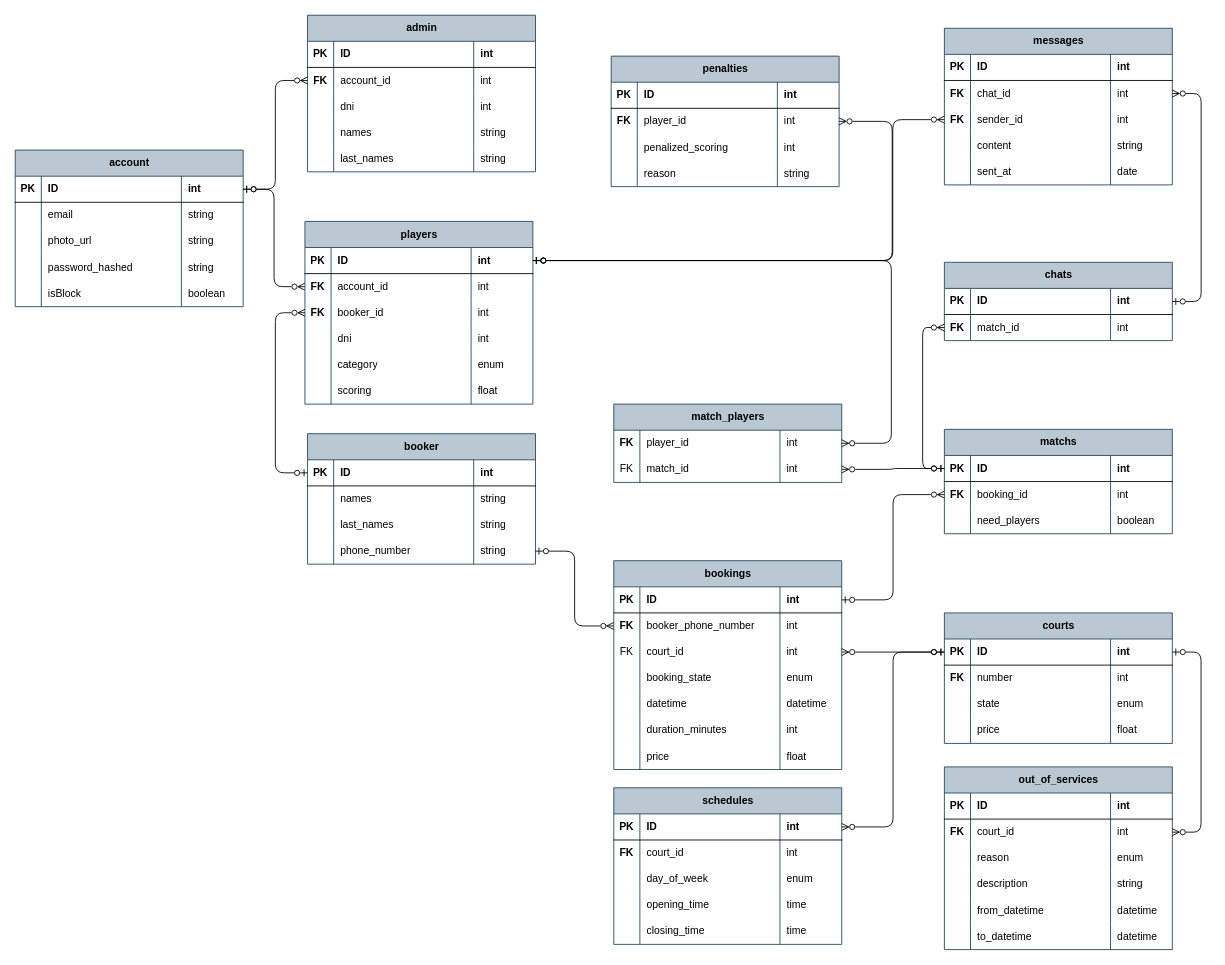
The draw.io diagram docs/der/DER Padel Quento.drawio in JoacoMazza/padel-quento, before the edit. Source tidied: cells renumbered, new cells numbered last; positions are measured from the earlier drawing's top-left corner, leaving out a move shared by most shapes. Both pictures are drawn from the tidied source at 87%, with x=0, y=0 at pixel (15, 15).
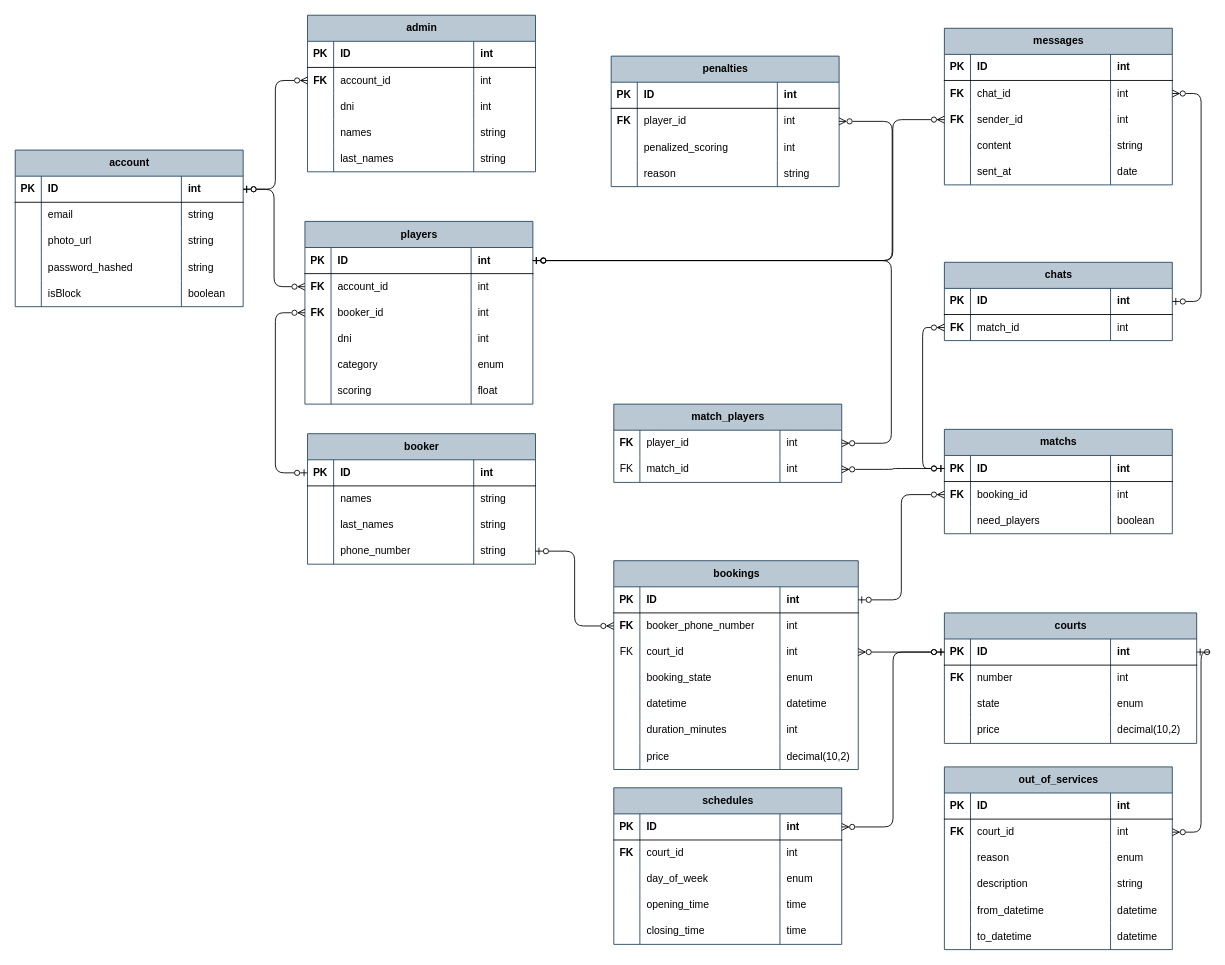
Above is the later version.

Commit message (it also covers changes not shown here):
docs(der): update price data type to decimal(10,2) in DER diagrams

The edit, as a diff of the source:
```diff
@@
     <mxCell id="66" value="courts" style="shape=table;startSize=30;childLayout=tableLayout;rowLines=0;fontStyle=1;align=center;html=1;fillColor=#bac8d3;strokeColor=#23445d;" parent="1" vertex="1">
-      <mxGeometry x="1068" y="687" width="262" height="150" as="geometry" />
+      <mxGeometry x="1068" y="687" width="290" height="150" as="geometry" />
     </mxCell>
     <mxCell id="67" style="shape=tableRow;horizontal=0;startSize=0;swimlaneHead=0;swimlaneBody=0;fillColor=none;points=[[0,0.5],[1,0.5]];portConstraint=eastwest;top=0;left=0;right=0;bottom=1;" parent="66" vertex="1">
-      <mxGeometry y="30" width="262" height="30" as="geometry" />
+      <mxGeometry y="30" width="290" height="30" as="geometry" />
     </mxCell>
@@
     <mxCell id="70" value="int" style="shape=partialRectangle;fillColor=none;top=0;left=0;bottom=0;right=0;align=left;spacingLeft=6;fontStyle=1;overflow=hidden;whiteSpace=wrap;html=1;" parent="67" vertex="1">
-      <mxGeometry x="191" width="71" height="30" as="geometry" />
+      <mxGeometry x="191" width="99" height="30" as="geometry" />
     </mxCell>
     <mxCell id="71" style="shape=tableRow;horizontal=0;startSize=0;swimlaneHead=0;swimlaneBody=0;fillColor=none;top=0;left=0;right=0;bottom=0;" parent="66" vertex="1">
-      <mxGeometry y="60" width="262" height="30" as="geometry" />
+      <mxGeometry y="60" width="290" height="30" as="geometry" />
     </mxCell>
@@
     <mxCell id="74" value="int" style="shape=partialRectangle;fillColor=none;top=0;left=0;bottom=0;right=0;align=left;spacingLeft=6;overflow=hidden;whiteSpace=wrap;html=1;" parent="71" vertex="1">
-      <mxGeometry x="191" width="71" height="30" as="geometry" />
+      <mxGeometry x="191" width="99" height="30" as="geometry" />
     </mxCell>
     <mxCell id="75" style="shape=tableRow;horizontal=0;startSize=0;swimlaneHead=0;swimlaneBody=0;fillColor=none;top=0;left=0;right=0;bottom=0;" parent="66" vertex="1">
-      <mxGeometry y="90" width="262" height="30" as="geometry" />
+      <mxGeometry y="90" width="290" height="30" as="geometry" />
     </mxCell>
@@
     <mxCell id="78" value="enum" style="shape=partialRectangle;fillColor=none;top=0;left=0;bottom=0;right=0;align=left;spacingLeft=6;overflow=hidden;whiteSpace=wrap;html=1;" parent="75" vertex="1">
-      <mxGeometry x="191" width="71" height="30" as="geometry" />
+      <mxGeometry x="191" width="99" height="30" as="geometry" />
     </mxCell>
     <mxCell id="79" style="shape=tableRow;horizontal=0;startSize=0;swimlaneHead=0;swimlaneBody=0;fillColor=none;top=0;left=0;right=0;bottom=0;" parent="66" vertex="1">
-      <mxGeometry y="120" width="262" height="30" as="geometry" />
+      <mxGeometry y="120" width="290" height="30" as="geometry" />
     </mxCell>
@@
-    <mxCell id="82" value="float" style="shape=partialRectangle;fillColor=none;top=0;left=0;bottom=0;right=0;align=left;spacingLeft=6;overflow=hidden;whiteSpace=wrap;html=1;" parent="79" vertex="1">
-      <mxGeometry x="191" width="71" height="30" as="geometry" />
+    <mxCell id="82" value="decimal(10,2)" style="shape=partialRectangle;fillColor=none;top=0;left=0;bottom=0;right=0;align=left;spacingLeft=6;overflow=hidden;whiteSpace=wrap;html=1;" parent="79" vertex="1">
+      <mxGeometry x="191" width="99" height="30" as="geometry" />
     </mxCell>
@@
     <mxCell id="129" value="bookings" style="shape=table;startSize=30;childLayout=tableLayout;rowLines=0;fontStyle=1;align=center;html=1;fillColor=#bac8d3;strokeColor=#23445d;" parent="1" vertex="1">
-      <mxGeometry x="688" y="627" width="262" height="240" as="geometry" />
+      <mxGeometry x="688" y="627" width="281" height="240" as="geometry" />
     </mxCell>
     <mxCell id="130" style="shape=tableRow;horizontal=0;startSize=0;swimlaneHead=0;swimlaneBody=0;fillColor=none;points=[[0,0.5],[1,0.5]];portConstraint=eastwest;top=0;left=0;right=0;bottom=1;" parent="129" vertex="1">
-      <mxGeometry y="30" width="262" height="30" as="geometry" />
+      <mxGeometry y="30" width="281" height="30" as="geometry" />
     </mxCell>
@@
     <mxCell id="133" value="int" style="shape=partialRectangle;fillColor=none;top=0;left=0;bottom=0;right=0;align=left;spacingLeft=6;fontStyle=1;overflow=hidden;whiteSpace=wrap;html=1;" parent="130" vertex="1">
-      <mxGeometry x="191" width="71" height="30" as="geometry" />
+      <mxGeometry x="191" width="90" height="30" as="geometry" />
     </mxCell>
     <mxCell id="134" style="shape=tableRow;horizontal=0;startSize=0;swimlaneHead=0;swimlaneBody=0;fillColor=none;points=[[0,0.5],[1,0.5]];portConstraint=eastwest;top=0;left=0;right=0;bottom=0;" parent="129" vertex="1">
-      <mxGeometry y="60" width="262" height="30" as="geometry" />
+      <mxGeometry y="60" width="281" height="30" as="geometry" />
     </mxCell>
@@
     <mxCell id="137" value="int" style="shape=partialRectangle;fillColor=none;top=0;left=0;bottom=0;right=0;align=left;spacingLeft=6;overflow=hidden;whiteSpace=wrap;html=1;" parent="134" vertex="1">
-      <mxGeometry x="191" width="71" height="30" as="geometry" />
+      <mxGeometry x="191" width="90" height="30" as="geometry" />
     </mxCell>
     <mxCell id="138" style="shape=tableRow;horizontal=0;startSize=0;swimlaneHead=0;swimlaneBody=0;fillColor=none;points=[[0,0.5],[1,0.5]];portConstraint=eastwest;top=0;left=0;right=0;bottom=0;" parent="129" vertex="1">
-      <mxGeometry y="90" width="262" height="30" as="geometry" />
+      <mxGeometry y="90" width="281" height="30" as="geometry" />
     </mxCell>
@@
     <mxCell id="141" value="int" style="shape=partialRectangle;fillColor=none;top=0;left=0;bottom=0;right=0;align=left;spacingLeft=6;overflow=hidden;whiteSpace=wrap;html=1;" parent="138" vertex="1">
-      <mxGeometry x="191" width="71" height="30" as="geometry" />
+      <mxGeometry x="191" width="90" height="30" as="geometry" />
     </mxCell>
     <mxCell id="142" style="shape=tableRow;horizontal=0;startSize=0;swimlaneHead=0;swimlaneBody=0;fillColor=none;top=0;left=0;right=0;bottom=0;" parent="129" vertex="1">
-      <mxGeometry y="120" width="262" height="30" as="geometry" />
+      <mxGeometry y="120" width="281" height="30" as="geometry" />
     </mxCell>
@@
     <mxCell id="145" value="enum" style="shape=partialRectangle;fillColor=none;top=0;left=0;bottom=0;right=0;align=left;spacingLeft=6;overflow=hidden;whiteSpace=wrap;html=1;" parent="142" vertex="1">
-      <mxGeometry x="191" width="71" height="30" as="geometry" />
+      <mxGeometry x="191" width="90" height="30" as="geometry" />
     </mxCell>
     <mxCell id="146" style="shape=tableRow;horizontal=0;startSize=0;swimlaneHead=0;swimlaneBody=0;fillColor=none;top=0;left=0;right=0;bottom=0;" parent="129" vertex="1">
-      <mxGeometry y="150" width="262" height="30" as="geometry" />
+      <mxGeometry y="150" width="281" height="30" as="geometry" />
     </mxCell>
@@
     <mxCell id="149" value="datetime" style="shape=partialRectangle;fillColor=none;top=0;left=0;bottom=0;right=0;align=left;spacingLeft=6;overflow=hidden;whiteSpace=wrap;html=1;" parent="146" vertex="1">
-      <mxGeometry x="191" width="71" height="30" as="geometry" />
+      <mxGeometry x="191" width="90" height="30" as="geometry" />
     </mxCell>
     <mxCell id="150" style="shape=tableRow;horizontal=0;startSize=0;swimlaneHead=0;swimlaneBody=0;fillColor=none;top=0;left=0;right=0;bottom=0;" parent="129" vertex="1">
-      <mxGeometry y="180" width="262" height="30" as="geometry" />
+      <mxGeometry y="180" width="281" height="30" as="geometry" />
     </mxCell>
@@
     <mxCell id="153" value="int" style="shape=partialRectangle;fillColor=none;top=0;left=0;bottom=0;right=0;align=left;spacingLeft=6;overflow=hidden;whiteSpace=wrap;html=1;" parent="150" vertex="1">
-      <mxGeometry x="191" width="71" height="30" as="geometry" />
+      <mxGeometry x="191" width="90" height="30" as="geometry" />
     </mxCell>
     <mxCell id="154" style="shape=tableRow;horizontal=0;startSize=0;swimlaneHead=0;swimlaneBody=0;fillColor=none;top=0;left=0;right=0;bottom=0;" parent="129" vertex="1">
-      <mxGeometry y="210" width="262" height="30" as="geometry" />
+      <mxGeometry y="210" width="281" height="30" as="geometry" />
     </mxCell>
@@
-    <mxCell id="157" value="float" style="shape=partialRectangle;fillColor=none;top=0;left=0;bottom=0;right=0;align=left;spacingLeft=6;overflow=hidden;whiteSpace=wrap;html=1;" parent="154" vertex="1">
-      <mxGeometry x="191" width="71" height="30" as="geometry" />
+    <mxCell id="157" value="decimal(10,2)" style="shape=partialRectangle;fillColor=none;top=0;left=0;bottom=0;right=0;align=left;spacingLeft=6;overflow=hidden;whiteSpace=wrap;html=1;" parent="154" vertex="1">
+      <mxGeometry x="191" width="90" height="30" as="geometry" />
     </mxCell>
```
